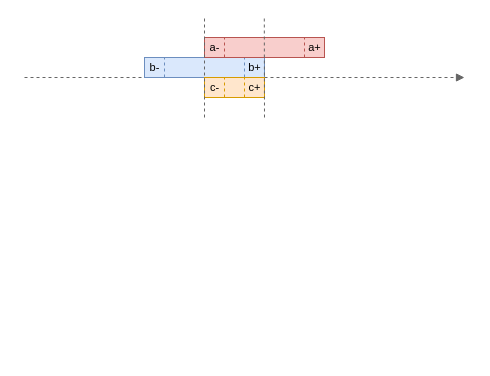
The draw.io diagram page "Algorithms" (5 of 5) of res/resources.drawio in gchudnov/mindthegap, before the edit. Source tidied: cells renumbered, new cells numbered last; positions are measured from the earlier drawing's top-left corner, leaving out a move shared by most shapes. Both pictures are drawn from the tidied source at 100%, with x=0, y=0 at pixel (24, 17).
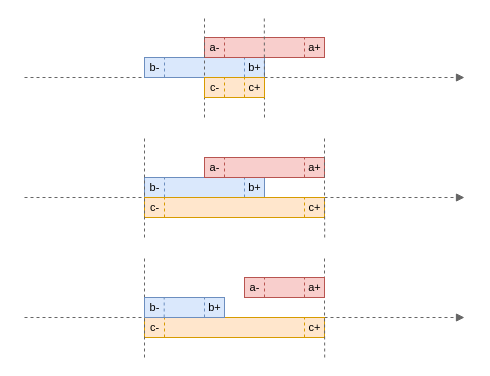
The same diagram, later.

What changed in the source:
```diff
@@
+    <mxCell id="20" style="endArrow=none;dashed=1;html=1;strokeWidth=1;fontSize=11;fillColor=#f5f5f5;strokeColor=#666666;" parent="1" edge="1">
+      <mxGeometry relative="1" as="geometry">
+        <mxPoint x="180" y="100" as="sourcePoint" />
+        <mxPoint x="180" as="targetPoint" />
+      </mxGeometry>
+    </mxCell>
+    <mxCell id="21" style="endArrow=none;dashed=1;html=1;strokeWidth=1;fontSize=11;fillColor=#f5f5f5;strokeColor=#666666;" parent="1" edge="1">
+      <mxGeometry relative="1" as="geometry">
+        <mxPoint x="240" y="100" as="sourcePoint" />
+        <mxPoint x="239.8" as="targetPoint" />
+      </mxGeometry>
+    </mxCell>
+    <mxCell id="22" style="endArrow=block;html=1;fontSize=12;strokeWidth=1;fillColor=#f5f5f5;strokeColor=#666666;endFill=1;dashed=1;" parent="1" edge="1">
+      <mxGeometry relative="1" as="geometry">
+        <mxPoint y="180" as="sourcePoint" />
+        <mxPoint x="440" y="180" as="targetPoint" />
+      </mxGeometry>
+    </mxCell>
+    <mxCell id="23" style="group;" parent="1" vertex="1">
+      <mxGeometry x="120" y="160" width="120" height="20" as="geometry" />
+    </mxCell>
+    <mxCell id="24" style="rounded=0;whiteSpace=wrap;html=1;fontSize=12;strokeWidth=1;fillColor=#dae8fc;strokeColor=#6c8ebf;" parent="23" vertex="1">
+      <mxGeometry width="120" height="20" as="geometry" />
+    </mxCell>
+    <mxCell id="25" value="b-" style="text;html=1;strokeColor=none;fillColor=none;align=center;verticalAlign=middle;rounded=0;fontSize=11;" parent="23" vertex="1">
+      <mxGeometry width="20" height="20" as="geometry" />
+    </mxCell>
+    <mxCell id="26" value="b+" style="text;strokeColor=none;fillColor=none;align=center;verticalAlign=middle;rounded=0;fontSize=11;html=1;spacing=2;" parent="23" vertex="1">
+      <mxGeometry x="100" width="20" height="20" as="geometry" />
+    </mxCell>
+    <mxCell id="27" style="endArrow=none;dashed=1;html=1;strokeWidth=1;fontSize=11;fillColor=#dae8fc;strokeColor=#6c8ebf;" parent="23" edge="1">
+      <mxGeometry relative="1" as="geometry">
+        <mxPoint x="100" y="20" as="sourcePoint" />
+        <mxPoint x="100" as="targetPoint" />
+      </mxGeometry>
+    </mxCell>
+    <mxCell id="28" style="endArrow=none;dashed=1;html=1;strokeWidth=1;fontSize=11;fillColor=#dae8fc;strokeColor=#6c8ebf;" parent="23" edge="1">
+      <mxGeometry relative="1" as="geometry">
+        <mxPoint x="20" y="20" as="sourcePoint" />
+        <mxPoint x="20" as="targetPoint" />
+      </mxGeometry>
+    </mxCell>
+    <mxCell id="29" style="group;" parent="1" vertex="1">
+      <mxGeometry x="180" y="140" width="120" height="20" as="geometry" />
+    </mxCell>
+    <mxCell id="30" style="rounded=0;whiteSpace=wrap;html=1;fontSize=12;strokeWidth=1;fillColor=#f8cecc;strokeColor=#b85450;" parent="29" vertex="1">
+      <mxGeometry width="120" height="20" as="geometry" />
+    </mxCell>
+    <mxCell id="31" value="&lt;p style=&quot;line-height: 1.2&quot;&gt;a-&lt;/p&gt;" style="text;html=1;strokeColor=none;fillColor=none;align=center;verticalAlign=middle;rounded=0;fontSize=11;labelPosition=center;verticalLabelPosition=middle;horizontal=1;" parent="29" vertex="1">
+      <mxGeometry width="20" height="20" as="geometry" />
+    </mxCell>
+    <mxCell id="32" value="a+" style="text;html=1;strokeColor=none;fillColor=none;align=center;verticalAlign=middle;rounded=0;fontSize=11;spacing=2;" parent="29" vertex="1">
+      <mxGeometry x="100" width="20" height="20" as="geometry" />
+    </mxCell>
+    <mxCell id="33" style="endArrow=none;dashed=1;html=1;strokeWidth=1;fontSize=11;fillColor=#f8cecc;strokeColor=#b85450;" parent="29" edge="1">
+      <mxGeometry relative="1" as="geometry">
+        <mxPoint x="100" y="20" as="sourcePoint" />
+        <mxPoint x="100" as="targetPoint" />
+      </mxGeometry>
+    </mxCell>
+    <mxCell id="34" style="endArrow=none;dashed=1;html=1;strokeWidth=1;fontSize=11;fillColor=#f8cecc;strokeColor=#b85450;" parent="29" edge="1">
+      <mxGeometry relative="1" as="geometry">
+        <mxPoint x="20" y="20" as="sourcePoint" />
+        <mxPoint x="20" as="targetPoint" />
+      </mxGeometry>
+    </mxCell>
+    <mxCell id="35" style="rounded=0;whiteSpace=wrap;html=1;fontSize=12;strokeWidth=1;fillColor=#ffe6cc;strokeColor=#d79b00;" parent="1" vertex="1">
+      <mxGeometry x="120" y="180" width="180" height="20" as="geometry" />
+    </mxCell>
+    <mxCell id="36" value="&lt;p style=&quot;line-height: 1.2&quot;&gt;c-&lt;/p&gt;" style="text;html=1;strokeColor=none;fillColor=none;align=center;verticalAlign=middle;rounded=0;fontSize=11;labelPosition=center;verticalLabelPosition=middle;horizontal=1;" parent="1" vertex="1">
+      <mxGeometry x="120" y="180" width="20" height="20" as="geometry" />
+    </mxCell>
+    <mxCell id="37" value="c+" style="text;html=1;strokeColor=none;fillColor=none;align=center;verticalAlign=middle;rounded=0;fontSize=11;spacing=2;" parent="1" vertex="1">
+      <mxGeometry x="280" y="180" width="20" height="20" as="geometry" />
+    </mxCell>
+    <mxCell id="38" style="endArrow=none;dashed=1;html=1;strokeWidth=1;fontSize=11;fillColor=#ffe6cc;strokeColor=#d79b00;" parent="1" edge="1">
+      <mxGeometry relative="1" as="geometry">
+        <mxPoint x="280" y="200" as="sourcePoint" />
+        <mxPoint x="280" y="180" as="targetPoint" />
+      </mxGeometry>
+    </mxCell>
+    <mxCell id="39" style="endArrow=none;dashed=1;html=1;strokeWidth=1;fontSize=11;fillColor=#ffe6cc;strokeColor=#d79b00;" parent="1" edge="1">
+      <mxGeometry relative="1" as="geometry">
+        <mxPoint x="140" y="200" as="sourcePoint" />
+        <mxPoint x="140" y="180" as="targetPoint" />
+      </mxGeometry>
+    </mxCell>
+    <mxCell id="40" style="endArrow=none;dashed=1;html=1;strokeWidth=1;fontSize=11;fillColor=#f5f5f5;strokeColor=#666666;" parent="1" edge="1">
+      <mxGeometry relative="1" as="geometry">
+        <mxPoint x="120" y="220" as="sourcePoint" />
+        <mxPoint x="120" y="120" as="targetPoint" />
+      </mxGeometry>
+    </mxCell>
+    <mxCell id="41" style="endArrow=none;dashed=1;html=1;strokeWidth=1;fontSize=11;fillColor=#f5f5f5;strokeColor=#666666;" parent="1" edge="1">
+      <mxGeometry relative="1" as="geometry">
+        <mxPoint x="300.2" y="220" as="sourcePoint" />
+        <mxPoint x="300" y="120" as="targetPoint" />
+        <Array as="points">
+          <mxPoint x="300" y="170" />
+        </Array>
+      </mxGeometry>
+    </mxCell>
+    <mxCell id="42" style="group;" parent="1" vertex="1">
+      <mxGeometry x="180" y="60" width="60" height="20" as="geometry" />
+    </mxCell>
-    <mxCell id="15" style="rounded=0;whiteSpace=wrap;html=1;fontSize=12;strokeWidth=1;fillColor=#ffe6cc;strokeColor=#d79b00;" parent="1" vertex="1">
-      <mxGeometry x="180" y="60" width="60" height="20" as="geometry" />
+    <mxCell id="15" style="rounded=0;whiteSpace=wrap;html=1;fontSize=12;strokeWidth=1;fillColor=#ffe6cc;strokeColor=#d79b00;" parent="42" vertex="1">
+      <mxGeometry width="60" height="20" as="geometry" />
     </mxCell>
-    <mxCell id="16" value="&lt;p style=&quot;line-height: 1.2&quot;&gt;c-&lt;/p&gt;" style="text;html=1;strokeColor=none;fillColor=none;align=center;verticalAlign=middle;rounded=0;fontSize=11;labelPosition=center;verticalLabelPosition=middle;horizontal=1;" parent="1" vertex="1">
-      <mxGeometry x="180" y="60" width="20" height="20" as="geometry" />
+    <mxCell id="16" value="&lt;p style=&quot;line-height: 1.2&quot;&gt;c-&lt;/p&gt;" style="text;html=1;strokeColor=none;fillColor=none;align=center;verticalAlign=middle;rounded=0;fontSize=11;labelPosition=center;verticalLabelPosition=middle;horizontal=1;" parent="42" vertex="1">
+      <mxGeometry width="20" height="20" as="geometry" />
     </mxCell>
-    <mxCell id="17" value="c+" style="text;html=1;strokeColor=none;fillColor=none;align=center;verticalAlign=middle;rounded=0;fontSize=11;spacing=2;" parent="1" vertex="1">
-      <mxGeometry x="220" y="60" width="20" height="20" as="geometry" />
+    <mxCell id="17" value="c+" style="text;html=1;strokeColor=none;fillColor=none;align=center;verticalAlign=middle;rounded=0;fontSize=11;spacing=2;" parent="42" vertex="1">
+      <mxGeometry x="40" width="20" height="20" as="geometry" />
     </mxCell>
-    <mxCell id="18" style="endArrow=none;dashed=1;html=1;strokeWidth=1;fontSize=11;fillColor=#ffe6cc;strokeColor=#d79b00;" parent="1" edge="1">
+    <mxCell id="18" style="endArrow=none;dashed=1;html=1;strokeWidth=1;fontSize=11;fillColor=#ffe6cc;strokeColor=#d79b00;" parent="42" edge="1">
       <mxGeometry relative="1" as="geometry">
-        <mxPoint x="220" y="80" as="sourcePoint" />
-        <mxPoint x="220" y="60" as="targetPoint" />
+        <mxPoint x="40" y="20" as="sourcePoint" />
+        <mxPoint x="40" as="targetPoint" />
       </mxGeometry>
     </mxCell>
-    <mxCell id="19" style="endArrow=none;dashed=1;html=1;strokeWidth=1;fontSize=11;fillColor=#ffe6cc;strokeColor=#d79b00;" parent="1" edge="1">
+    <mxCell id="19" style="endArrow=none;dashed=1;html=1;strokeWidth=1;fontSize=11;fillColor=#ffe6cc;strokeColor=#d79b00;" parent="42" edge="1">
       <mxGeometry relative="1" as="geometry">
-        <mxPoint x="200" y="80" as="sourcePoint" />
-        <mxPoint x="200" y="60" as="targetPoint" />
+        <mxPoint x="20" y="20" as="sourcePoint" />
+        <mxPoint x="20" as="targetPoint" />
       </mxGeometry>
     </mxCell>
-    <mxCell id="20" style="endArrow=none;dashed=1;html=1;strokeWidth=1;fontSize=11;fillColor=#f5f5f5;strokeColor=#666666;" parent="1" edge="1">
-      <mxGeometry relative="1" as="geometry">
-        <mxPoint x="180" y="100" as="sourcePoint" />
-        <mxPoint x="180" as="targetPoint" />
-      </mxGeometry>
-    </mxCell>
-    <mxCell id="21" style="endArrow=none;dashed=1;html=1;strokeWidth=1;fontSize=11;fillColor=#f5f5f5;strokeColor=#666666;" parent="1" edge="1">
-      <mxGeometry relative="1" as="geometry">
-        <mxPoint x="240" y="100" as="sourcePoint" />
-        <mxPoint x="239.8" as="targetPoint" />
-      </mxGeometry>
-    </mxCell>
+    <mxCell id="43" style="endArrow=block;html=1;fontSize=12;strokeWidth=1;fillColor=#f5f5f5;strokeColor=#666666;endFill=1;dashed=1;" parent="1" edge="1">
+      <mxGeometry relative="1" as="geometry">
+        <mxPoint y="300" as="sourcePoint" />
+        <mxPoint x="440" y="300" as="targetPoint" />
+      </mxGeometry>
+    </mxCell>
+    <mxCell id="44" style="rounded=0;whiteSpace=wrap;html=1;fontSize=12;strokeWidth=1;fillColor=#ffe6cc;strokeColor=#d79b00;" parent="1" vertex="1">
+      <mxGeometry x="120" y="300" width="180" height="20" as="geometry" />
+    </mxCell>
+    <mxCell id="45" value="&lt;p style=&quot;line-height: 1.2&quot;&gt;c-&lt;/p&gt;" style="text;html=1;strokeColor=none;fillColor=none;align=center;verticalAlign=middle;rounded=0;fontSize=11;labelPosition=center;verticalLabelPosition=middle;horizontal=1;" parent="1" vertex="1">
+      <mxGeometry x="120" y="300" width="20" height="20" as="geometry" />
+    </mxCell>
+    <mxCell id="46" value="c+" style="text;html=1;strokeColor=none;fillColor=none;align=center;verticalAlign=middle;rounded=0;fontSize=11;spacing=2;" parent="1" vertex="1">
+      <mxGeometry x="280" y="300" width="20" height="20" as="geometry" />
+    </mxCell>
+    <mxCell id="47" style="endArrow=none;dashed=1;html=1;strokeWidth=1;fontSize=11;fillColor=#ffe6cc;strokeColor=#d79b00;" parent="1" edge="1">
+      <mxGeometry relative="1" as="geometry">
+        <mxPoint x="280" y="320" as="sourcePoint" />
+        <mxPoint x="280" y="300" as="targetPoint" />
+      </mxGeometry>
+    </mxCell>
+    <mxCell id="48" style="endArrow=none;dashed=1;html=1;strokeWidth=1;fontSize=11;fillColor=#ffe6cc;strokeColor=#d79b00;" parent="1" edge="1">
+      <mxGeometry relative="1" as="geometry">
+        <mxPoint x="140" y="320" as="sourcePoint" />
+        <mxPoint x="140" y="300" as="targetPoint" />
+      </mxGeometry>
+    </mxCell>
+    <mxCell id="49" style="endArrow=none;dashed=1;html=1;strokeWidth=1;fontSize=11;fillColor=#f5f5f5;strokeColor=#666666;" parent="1" edge="1">
+      <mxGeometry relative="1" as="geometry">
+        <mxPoint x="120" y="340" as="sourcePoint" />
+        <mxPoint x="120" y="240" as="targetPoint" />
+      </mxGeometry>
+    </mxCell>
+    <mxCell id="50" style="endArrow=none;dashed=1;html=1;strokeWidth=1;fontSize=11;fillColor=#f5f5f5;strokeColor=#666666;" parent="1" edge="1">
+      <mxGeometry relative="1" as="geometry">
+        <mxPoint x="300.2" y="340" as="sourcePoint" />
+        <mxPoint x="300" y="240" as="targetPoint" />
+        <Array as="points">
+          <mxPoint x="300" y="290" />
+        </Array>
+      </mxGeometry>
+    </mxCell>
+    <mxCell id="51" style="group;" parent="1" vertex="1">
+      <mxGeometry x="120" y="280" width="80" height="20" as="geometry" />
+    </mxCell>
+    <mxCell id="52" style="rounded=0;whiteSpace=wrap;html=1;fontSize=12;strokeWidth=1;fillColor=#dae8fc;strokeColor=#6c8ebf;" parent="51" vertex="1">
+      <mxGeometry width="80" height="20" as="geometry" />
+    </mxCell>
+    <mxCell id="53" value="b-" style="text;html=1;strokeColor=none;fillColor=none;align=center;verticalAlign=middle;rounded=0;fontSize=11;" parent="51" vertex="1">
+      <mxGeometry width="20" height="20" as="geometry" />
+    </mxCell>
+    <mxCell id="54" value="b+" style="text;strokeColor=none;fillColor=none;align=center;verticalAlign=middle;rounded=0;fontSize=11;html=1;spacing=2;" parent="51" vertex="1">
+      <mxGeometry x="60" width="20" height="20" as="geometry" />
+    </mxCell>
+    <mxCell id="55" style="endArrow=none;dashed=1;html=1;strokeWidth=1;fontSize=11;fillColor=#dae8fc;strokeColor=#6c8ebf;" parent="51" edge="1">
+      <mxGeometry relative="1" as="geometry">
+        <mxPoint x="60" y="20" as="sourcePoint" />
+        <mxPoint x="60" as="targetPoint" />
+      </mxGeometry>
+    </mxCell>
+    <mxCell id="56" style="endArrow=none;dashed=1;html=1;strokeWidth=1;fontSize=11;fillColor=#dae8fc;strokeColor=#6c8ebf;" parent="51" edge="1">
+      <mxGeometry relative="1" as="geometry">
+        <mxPoint x="19.7" y="20" as="sourcePoint" />
+        <mxPoint x="19.7" as="targetPoint" />
+      </mxGeometry>
+    </mxCell>
+    <mxCell id="57" style="group;" parent="1" vertex="1">
+      <mxGeometry x="220" y="260" width="80" height="20" as="geometry" />
+    </mxCell>
+    <mxCell id="58" style="rounded=0;whiteSpace=wrap;html=1;fontSize=12;strokeWidth=1;fillColor=#f8cecc;strokeColor=#b85450;" parent="57" vertex="1">
+      <mxGeometry width="80" height="20" as="geometry" />
+    </mxCell>
+    <mxCell id="59" value="&lt;p style=&quot;line-height: 1.2&quot;&gt;a-&lt;/p&gt;" style="text;html=1;strokeColor=none;fillColor=none;align=center;verticalAlign=middle;rounded=0;fontSize=11;labelPosition=center;verticalLabelPosition=middle;horizontal=1;" parent="57" vertex="1">
+      <mxGeometry width="20" height="20" as="geometry" />
+    </mxCell>
+    <mxCell id="60" value="a+" style="text;html=1;strokeColor=none;fillColor=none;align=center;verticalAlign=middle;rounded=0;fontSize=11;spacing=2;" parent="57" vertex="1">
+      <mxGeometry x="60" width="20" height="20" as="geometry" />
+    </mxCell>
+    <mxCell id="61" style="endArrow=none;dashed=1;html=1;strokeWidth=1;fontSize=11;fillColor=#f8cecc;strokeColor=#b85450;" parent="57" edge="1">
+      <mxGeometry relative="1" as="geometry">
+        <mxPoint x="60" y="20" as="sourcePoint" />
+        <mxPoint x="60" as="targetPoint" />
+      </mxGeometry>
+    </mxCell>
+    <mxCell id="62" style="endArrow=none;dashed=1;html=1;strokeWidth=1;fontSize=11;fillColor=#f8cecc;strokeColor=#b85450;" parent="57" edge="1">
+      <mxGeometry relative="1" as="geometry">
+        <mxPoint x="20" y="20" as="sourcePoint" />
+        <mxPoint x="20" as="targetPoint" />
+      </mxGeometry>
+    </mxCell>
```
